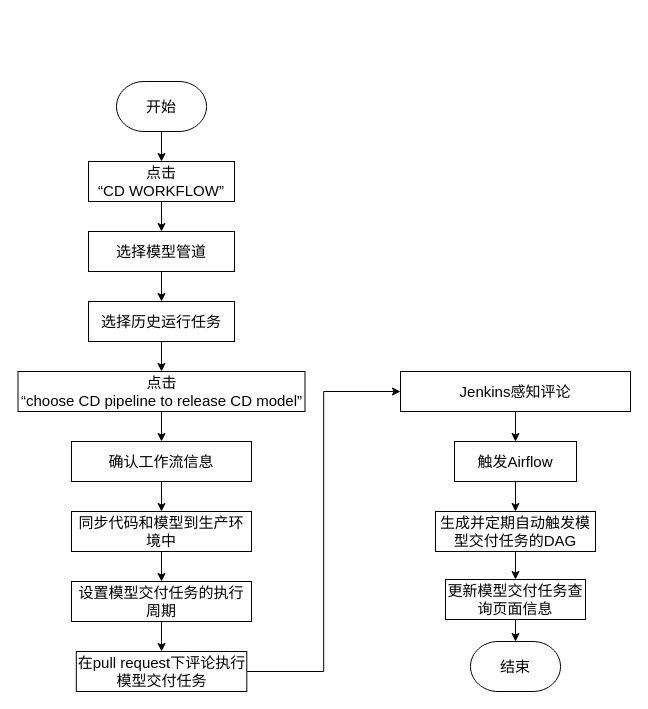
Earlier version of the draw.io diagram 模型交付任务申请流程图.drawio (Sequin-hdd/COINFO). Source tidied: cells renumbered, new cells numbered last; positions are measured from the earlier drawing's top-left corner, leaving out a move shared by most shapes. Both pictures are drawn from the tidied source at 100%, with x=0, y=0 at pixel (18, 81).
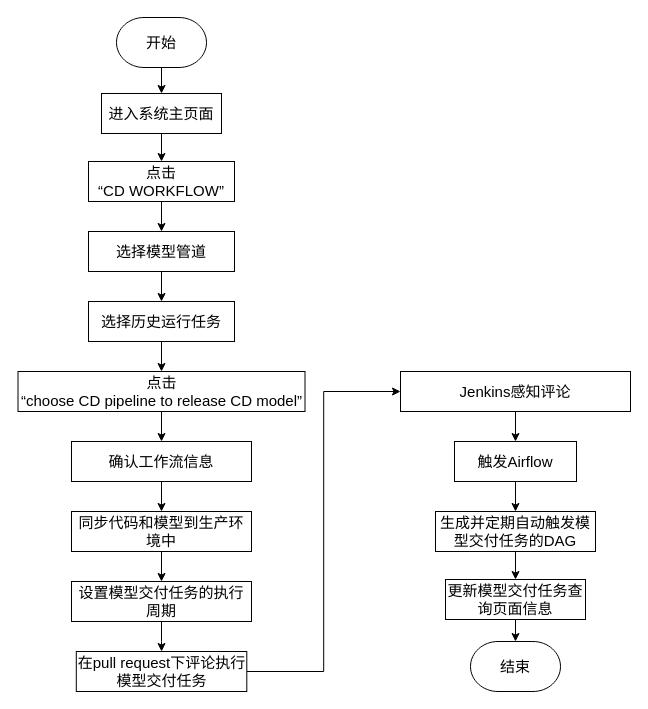
After the change.

Commit message (it also covers changes not shown here):
更新模型交付任务申请流程图.drawio

Unchanged cells that the change refers to:
```xml
<mxCell id="5" value="&lt;span style=&quot;font-size: 15px&quot;&gt;点击&lt;br&gt;“CD WORKFLOW”&lt;/span&gt;" style="rounded=0;whiteSpace=wrap;html=1;" parent="1" vertex="1">
  <mxGeometry x="70" y="80" width="146" height="40" as="geometry" />
</mxCell>
```

What changed in the source:
```diff
@@
-    <mxCell id="2" style="edgeStyle=orthogonalEdgeStyle;rounded=0;jettySize=auto;html=1;exitX=0.5;exitY=1;exitDx=0;exitDy=0;exitPerimeter=0;" parent="1" edge="1" source="3" target="5">
-      <mxGeometry relative="1" as="geometry" />
-    </mxCell>
+    <mxCell id="29" style="edgeStyle=orthogonalEdgeStyle;rounded=0;jettySize=auto;html=1;exitX=0.5;exitY=1;exitDx=0;exitDy=0;exitPerimeter=0;" parent="1" edge="1" source="3" target="31">
+      <mxGeometry relative="1" as="geometry" />
+    </mxCell>
     <mxCell id="3" value="开始" style="strokeWidth=1;html=1;shape=mxgraph.flowchart.terminator;whiteSpace=wrap;rounded=1;glass=0;fontSize=15;" parent="1" vertex="1">
-      <mxGeometry x="98" width="90" height="50" as="geometry" />
+      <mxGeometry x="98" y="-64" width="90" height="50" as="geometry" />
     </mxCell>
@@
+    <mxCell id="30" style="edgeStyle=orthogonalEdgeStyle;rounded=0;jettySize=auto;html=1;exitX=0.5;exitY=1;exitDx=0;exitDy=0;" parent="1" edge="1" source="31" target="5">
+      <mxGeometry relative="1" as="geometry" />
+    </mxCell>
+    <mxCell id="31" value="&lt;font style=&quot;font-size: 15px&quot;&gt;进入系统主页面&lt;/font&gt;" style="rounded=0;whiteSpace=wrap;html=1;" parent="1" vertex="1">
+      <mxGeometry x="83" y="12" width="120" height="40" as="geometry" />
+    </mxCell>
```
